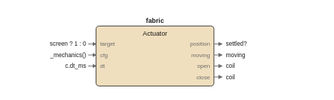
Before: images/logic/screen_fbd.drawio.svg, a diagram exported from draw.io (pstch/botanik2). Source tidied: cells renumbered, new cells last; positions are measured from the earlier drawing's top-left corner, leaving out a move shared by most shapes.
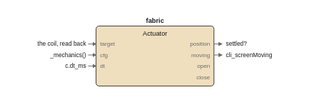
The same file after the commit.

Commit message:
logic report: screen's actuator drives no coil, so its FBD says so

What changed in the source:
```diff
@@ -32,8 +32,8 @@
     <mxCell id="11" value="close" style="text;html=1;fontSize=5;fontColor=#6b6b6b;align=left;" parent="1" vertex="1">
       <mxGeometry x="124" y="57.2" width="40" height="9.8" as="geometry" />
     </mxCell>
-    <mxCell id="12" value="screen ? 1 : 0" style="text;html=1;fontSize=6;fontColor=#1a1a1a;align=left;" parent="1" vertex="1">
-      <mxGeometry y="24" width="70" height="10" as="geometry" />
+    <mxCell id="12" value="the coil, read back" style="text;html=1;fontSize=6;fontColor=#1a1a1a;align=left;" parent="1" vertex="1">
+      <mxGeometry y="24" width="95" height="10" as="geometry" />
     </mxCell>
     <mxCell id="13" style="edgeStyle=none;html=1;strokeColor=#6b6b6b;endArrow=block;" parent="1" edge="1">
       <mxGeometry relative="1" as="geometry">
@@ -74,26 +74,8 @@
         <mxPoint x="136" y="39" as="targetPoint" />
       </mxGeometry>
     </mxCell>
-    <mxCell id="21" value="moving" style="text;html=1;fontSize=6;fontColor=#1a1a1a;align=left;" parent="1" vertex="1">
-      <mxGeometry x="140" y="35" width="40" height="10" as="geometry" />
+    <mxCell id="21" value="cli_screenMoving" style="text;html=1;fontSize=6;fontColor=#1a1a1a;align=left;" parent="1" vertex="1">
+      <mxGeometry x="140" y="35" width="80" height="10" as="geometry" />
     </mxCell>
-    <mxCell id="22" style="edgeStyle=none;html=1;strokeColor=#6b6b6b;endArrow=block;" parent="1" edge="1">
-      <mxGeometry relative="1" as="geometry">
-        <mxPoint x="128" y="50" as="sourcePoint" />
-        <mxPoint x="136" y="50" as="targetPoint" />
-      </mxGeometry>
-    </mxCell>
-    <mxCell id="23" value="coil" style="text;html=1;fontSize=6;fontColor=#1a1a1a;align=left;" parent="1" vertex="1">
-      <mxGeometry x="140" y="46" width="40" height="10" as="geometry" />
-    </mxCell>
-    <mxCell id="24" style="edgeStyle=none;html=1;strokeColor=#6b6b6b;endArrow=block;" parent="1" edge="1">
-      <mxGeometry relative="1" as="geometry">
-        <mxPoint x="128" y="61" as="sourcePoint" />
-        <mxPoint x="136" y="61" as="targetPoint" />
-      </mxGeometry>
-    </mxCell>
-    <mxCell id="25" value="coil" style="text;html=1;fontSize=6;fontColor=#1a1a1a;align=left;" parent="1" vertex="1">
-      <mxGeometry x="140" y="57" width="40" height="10" as="geometry" />
-    </mxCell>
   </root>
 </mxGraphModel>
```
